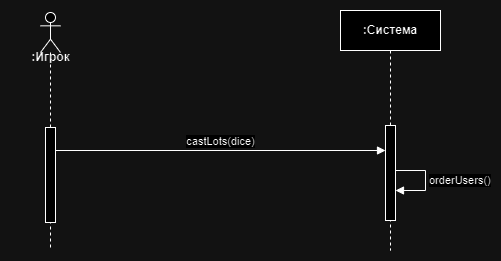
Above: images/lab3.p4.png in Katya-tch/RTIPPO (draw.io), before the change. Source tidied: cells renumbered, new cells last; positions are measured from the earlier drawing's top-left corner, leaving out a move shared by most shapes. Source of this version:
```xml
<mxGraphModel>
  <root>
    <mxCell id="0" />
    <mxCell id="1" parent="0" />
    <mxCell id="2" value="&lt;div&gt;&lt;br&gt;&lt;/div&gt;" style="shape=umlLifeline;perimeter=lifelinePerimeter;whiteSpace=wrap;html=1;newEdgeStyle={&quot;curved&quot;:0,&quot;rounded&quot;:0};participant=umlActor;" parent="1" vertex="1">
      <mxGeometry x="30" y="2" width="20" height="238" as="geometry" />
    </mxCell>
    <mxCell id="3" style="html=1;perimeter=orthogonalPerimeter;targetShapes=umlLifeline;newEdgeStyle={&quot;curved&quot;:0,&quot;rounded&quot;:0};" parent="2" vertex="1">
      <mxGeometry x="5" y="115" width="10" height="95" as="geometry" />
    </mxCell>
    <mxCell id="4" value=":Система" style="shape=umlLifeline;perimeter=lifelinePerimeter;whiteSpace=wrap;html=1;newEdgeStyle={&quot;curved&quot;:0,&quot;rounded&quot;:0};fontStyle=1;" parent="1" vertex="1">
      <mxGeometry x="330" width="100" height="240" as="geometry" />
    </mxCell>
    <mxCell id="5" style="html=1;perimeter=orthogonalPerimeter;targetShapes=umlLifeline;newEdgeStyle={&quot;curved&quot;:0,&quot;rounded&quot;:0};" parent="4" vertex="1">
      <mxGeometry x="45" y="115" width="10" height="95" as="geometry" />
    </mxCell>
    <mxCell id="6" value="castLots(dice)" style="html=1;verticalAlign=bottom;endArrow=block;curved=0;rounded=0;" parent="1" edge="1">
      <mxGeometry relative="1" as="geometry">
        <mxPoint x="45" y="140" as="sourcePoint" />
        <mxPoint x="375" y="140" as="targetPoint" />
      </mxGeometry>
    </mxCell>
    <mxCell id="7" value=":Игрок" style="text;align=center;fontStyle=1;verticalAlign=middle;spacingLeft=3;spacingRight=3;strokeColor=none;html=1;" parent="1" vertex="1">
      <mxGeometry y="34" width="80" height="26" as="geometry" />
    </mxCell>
    <mxCell id="8" value="orderUsers()" style="html=1;align=left;spacingLeft=2;endArrow=block;rounded=0;edgeStyle=orthogonalEdgeStyle;curved=0;rounded=0;" parent="1" edge="1">
      <mxGeometry relative="1" as="geometry">
        <mxPoint x="385" y="160" as="sourcePoint" />
        <mxPoint x="385" y="180" as="targetPoint" />
        <Array as="points">
          <mxPoint x="415" y="160" />
          <mxPoint x="415" y="180" />
        </Array>
      </mxGeometry>
    </mxCell>
  </root>
</mxGraphModel>
```
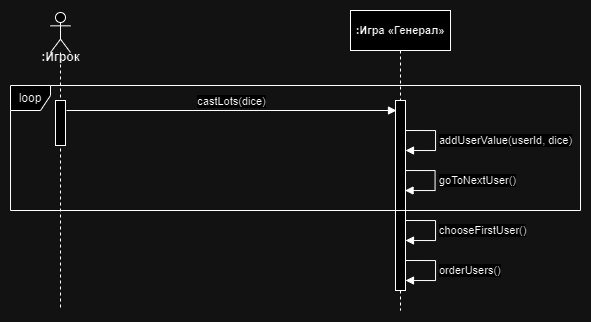
Later version of the same file.

Diff of the diagram source:
```diff
@@ -3,21 +3,21 @@
     <mxCell id="0" />
     <mxCell id="1" parent="0" />
     <mxCell id="2" value="&lt;div&gt;&lt;br&gt;&lt;/div&gt;" style="shape=umlLifeline;perimeter=lifelinePerimeter;whiteSpace=wrap;html=1;newEdgeStyle={&quot;curved&quot;:0,&quot;rounded&quot;:0};participant=umlActor;" parent="1" vertex="1">
-      <mxGeometry x="30" y="2" width="20" height="238" as="geometry" />
+      <mxGeometry x="30" y="2" width="20" height="298" as="geometry" />
     </mxCell>
     <mxCell id="3" style="html=1;perimeter=orthogonalPerimeter;targetShapes=umlLifeline;newEdgeStyle={&quot;curved&quot;:0,&quot;rounded&quot;:0};" parent="2" vertex="1">
-      <mxGeometry x="5" y="115" width="10" height="95" as="geometry" />
+      <mxGeometry x="5" y="88" width="10" height="45" as="geometry" />
     </mxCell>
-    <mxCell id="4" value=":Система" style="shape=umlLifeline;perimeter=lifelinePerimeter;whiteSpace=wrap;html=1;newEdgeStyle={&quot;curved&quot;:0,&quot;rounded&quot;:0};fontStyle=1;" parent="1" vertex="1">
-      <mxGeometry x="330" width="100" height="240" as="geometry" />
+    <mxCell id="4" value="&lt;span style=&quot;font-size: 11px;&quot;&gt;:Игра&amp;nbsp;«Генерал»&lt;/span&gt;" style="shape=umlLifeline;perimeter=lifelinePerimeter;whiteSpace=wrap;html=1;newEdgeStyle={&quot;curved&quot;:0,&quot;rounded&quot;:0};fontStyle=1;" parent="1" vertex="1">
+      <mxGeometry x="330" width="100" height="300" as="geometry" />
     </mxCell>
     <mxCell id="5" style="html=1;perimeter=orthogonalPerimeter;targetShapes=umlLifeline;newEdgeStyle={&quot;curved&quot;:0,&quot;rounded&quot;:0};" parent="4" vertex="1">
-      <mxGeometry x="45" y="115" width="10" height="95" as="geometry" />
+      <mxGeometry x="45" y="90" width="10" height="190" as="geometry" />
     </mxCell>
     <mxCell id="6" value="castLots(dice)" style="html=1;verticalAlign=bottom;endArrow=block;curved=0;rounded=0;" parent="1" edge="1">
       <mxGeometry relative="1" as="geometry">
-        <mxPoint x="45" y="140" as="sourcePoint" />
-        <mxPoint x="375" y="140" as="targetPoint" />
+        <mxPoint x="46" y="100" as="sourcePoint" />
+        <mxPoint x="376" y="100" as="targetPoint" />
       </mxGeometry>
     </mxCell>
     <mxCell id="7" value=":Игрок" style="text;align=center;fontStyle=1;verticalAlign=middle;spacingLeft=3;spacingRight=3;strokeColor=none;html=1;" parent="1" vertex="1">
@@ -25,13 +25,46 @@
     </mxCell>
     <mxCell id="8" value="orderUsers()" style="html=1;align=left;spacingLeft=2;endArrow=block;rounded=0;edgeStyle=orthogonalEdgeStyle;curved=0;rounded=0;" parent="1" edge="1">
       <mxGeometry relative="1" as="geometry">
-        <mxPoint x="385" y="160" as="sourcePoint" />
-        <mxPoint x="385" y="180" as="targetPoint" />
+        <mxPoint x="385" y="250" as="sourcePoint" />
+        <mxPoint x="385" y="270" as="targetPoint" />
         <Array as="points">
-          <mxPoint x="415" y="160" />
-          <mxPoint x="415" y="180" />
+          <mxPoint x="415" y="250" />
+          <mxPoint x="415" y="270" />
         </Array>
       </mxGeometry>
     </mxCell>
+    <mxCell id="9" value="addUserValue(userId, dice)" style="html=1;align=left;spacingLeft=2;endArrow=block;rounded=0;edgeStyle=orthogonalEdgeStyle;curved=0;rounded=0;" parent="1" edge="1">
+      <mxGeometry relative="1" as="geometry">
+        <mxPoint x="385" y="120" as="sourcePoint" />
+        <mxPoint x="385" y="140" as="targetPoint" />
+        <Array as="points">
+          <mxPoint x="415" y="120" />
+          <mxPoint x="415" y="140" />
+        </Array>
+      </mxGeometry>
+    </mxCell>
+    <mxCell id="10" value="goToNextUser()" style="html=1;align=left;spacingLeft=2;endArrow=block;rounded=0;edgeStyle=orthogonalEdgeStyle;curved=0;rounded=0;" parent="1" edge="1">
+      <mxGeometry relative="1" as="geometry">
+        <mxPoint x="384.6" y="160" as="sourcePoint" />
+        <mxPoint x="384.6" y="180" as="targetPoint" />
+        <Array as="points">
+          <mxPoint x="414.6" y="160" />
+          <mxPoint x="414.6" y="180" />
+        </Array>
+      </mxGeometry>
+    </mxCell>
+    <mxCell id="11" value="loop" style="shape=umlFrame;whiteSpace=wrap;html=1;width=40;height=25;" parent="1" vertex="1">
+      <mxGeometry x="-10" y="75" width="570" height="125" as="geometry" />
+    </mxCell>
+    <mxCell id="12" value="chooseFirstUser()" style="html=1;align=left;spacingLeft=2;endArrow=block;rounded=0;edgeStyle=orthogonalEdgeStyle;curved=0;rounded=0;" parent="1" edge="1">
+      <mxGeometry relative="1" as="geometry">
+        <mxPoint x="385" y="210" as="sourcePoint" />
+        <mxPoint x="385" y="230" as="targetPoint" />
+        <Array as="points">
+          <mxPoint x="415" y="210" />
+          <mxPoint x="415" y="230" />
+        </Array>
+      </mxGeometry>
+    </mxCell>
   </root>
 </mxGraphModel>
```
